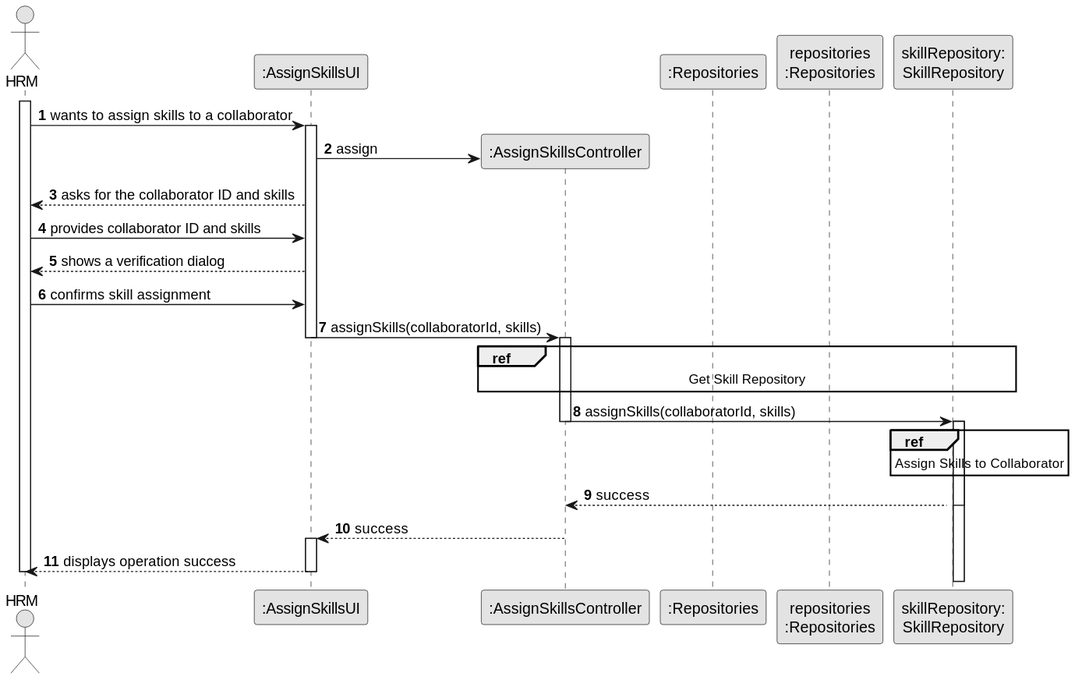
This is docs/sprintB/us004/03.design/svg/us004-sequence-diagram-split.svg from ricardomm7/leaflink, a PlantUML export, as it was before one commit. Its diagram source:
```plantuml
@startuml
skinparam monochrome true
skinparam packageStyle rectangle
skinparam shadowing false

autonumber

actor "HRM" as Employee
participant ":AssignSkillsUI" as UI
participant ":AssignSkillsController" as CTRL
participant ":Repositories" as GlobRepo
participant "repositories\n:Repositories" as PLAT
participant "skillRepository:\nSkillRepository" as skillRepository

activate Employee
Employee -> UI : wants to assign skills to a collaborator
activate UI
UI -> CTRL** : assign
UI --> Employee : asks for the collaborator ID and skills
Employee -> UI : provides collaborator ID and skills
UI --> Employee : shows a verification dialog
Employee -> UI : confirms skill assignment

UI -> CTRL : assignSkills(collaboratorId, skills)
deactivate UI
activate CTRL
        ref over CTRL, GlobRepo, skillRepository
            Get Skill Repository
        end ref

CTRL -> skillRepository : assignSkills(collaboratorId, skills)
deactivate CTRL
activate skillRepository

        ref over skillRepository
            Assign Skills to Collaborator
        end ref

    activate skillRepository
    skillRepository --> CTRL : success
    deactivate skillRepository

CTRL --> UI : success
deactivate CTRL
activate UI
UI --> Employee : displays operation success

deactivate UI
deactivate Employee
@enduml
```
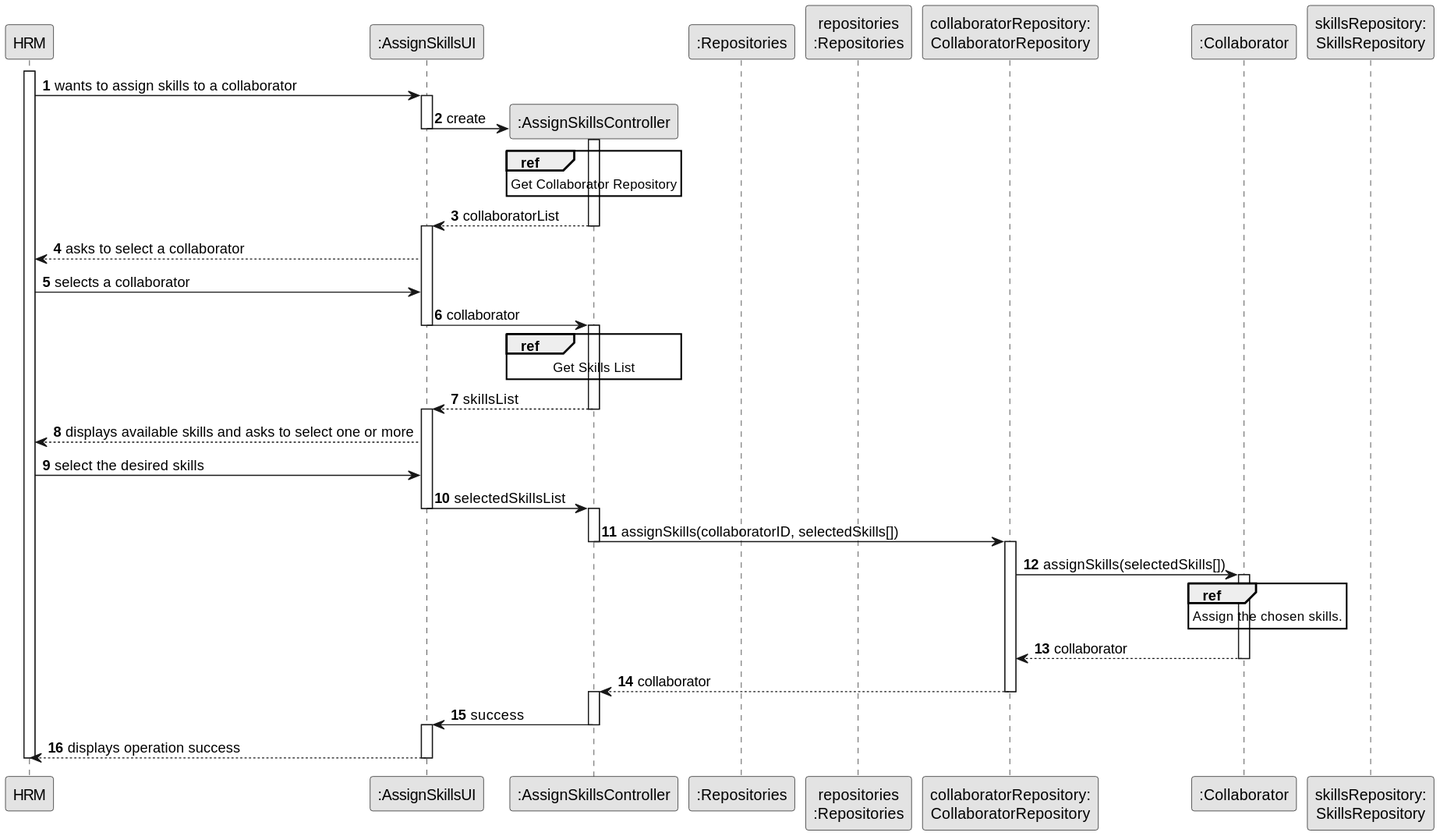
The same file after the commit.

What changed in the source:
```diff
@@ -5,46 +5,68 @@
 
 autonumber
 
-actor "HRM" as Employee
+participant "HRM" as HRM
 participant ":AssignSkillsUI" as UI
 participant ":AssignSkillsController" as CTRL
 participant ":Repositories" as GlobRepo
 participant "repositories\n:Repositories" as PLAT
-participant "skillRepository:\nSkillRepository" as skillRepository
+participant "collaboratorRepository:\nCollaboratorRepository" as CLBREP
+participant ":Collaborator" as CLB
+participant "skillsRepository:\nSkillsRepository" as skillsRepository
 
-activate Employee
-Employee -> UI : wants to assign skills to a collaborator
+
+activate HRM
+HRM -> UI : wants to assign skills to a collaborator
 activate UI
-UI -> CTRL** : assign
-UI --> Employee : asks for the collaborator ID and skills
-Employee -> UI : provides collaborator ID and skills
-UI --> Employee : shows a verification dialog
-Employee -> UI : confirms skill assignment
+UI -> CTRL** : create
 
-UI -> CTRL : assignSkills(collaboratorId, skills)
+deactivate UI
+
+activate CTRL
+        ref over CTRL
+            Get Collaborator Repository
+        end ref
+
+
+CTRL --> UI : collaboratorList
+deactivate CTRL
+activate UI
+UI --> HRM : asks to select a collaborator
+HRM -> UI : selects a collaborator
+UI -> CTRL : collaborator
 deactivate UI
 activate CTRL
-        ref over CTRL, GlobRepo, skillRepository
-            Get Skill Repository
+
+        ref over CTRL
+           Get Skills List
         end ref
-
-CTRL -> skillRepository : assignSkills(collaboratorId, skills)
-deactivate CTRL
-activate skillRepository
-
-        ref over skillRepository
-            Assign Skills to Collaborator
-        end ref
-
-    activate skillRepository
-    skillRepository --> CTRL : success
-    deactivate skillRepository
-
-CTRL --> UI : success
+CTRL --> UI : skillsList
 deactivate CTRL
 activate UI
-UI --> Employee : displays operation success
+UI --> HRM : displays available skills and asks to select one or more
+HRM -> UI : select the desired skills
+UI -> CTRL : selectedSkillsList
+deactivate UI
+activate CTRL
 
+
+CTRL -> CLBREP : assignSkills(collaboratorID, selectedSkills[])
+deactivate CTRL
+activate CLBREP
+CLBREP -> CLB : assignSkills(selectedSkills[])
+activate CLB
+        ref over CLB
+            Assign the chosen skills.
+        end ref
+CLB --> CLBREP : collaborator
+deactivate CLB
+CLBREP --> CTRL : collaborator
+deactivate CLBREP
+activate CTRL
+CTRL -> UI : success
+deactivate CTRL
+activate UI
+UI --> HRM : displays operation success
 deactivate UI
-deactivate Employee
+deactivate HRM
 @enduml
```
